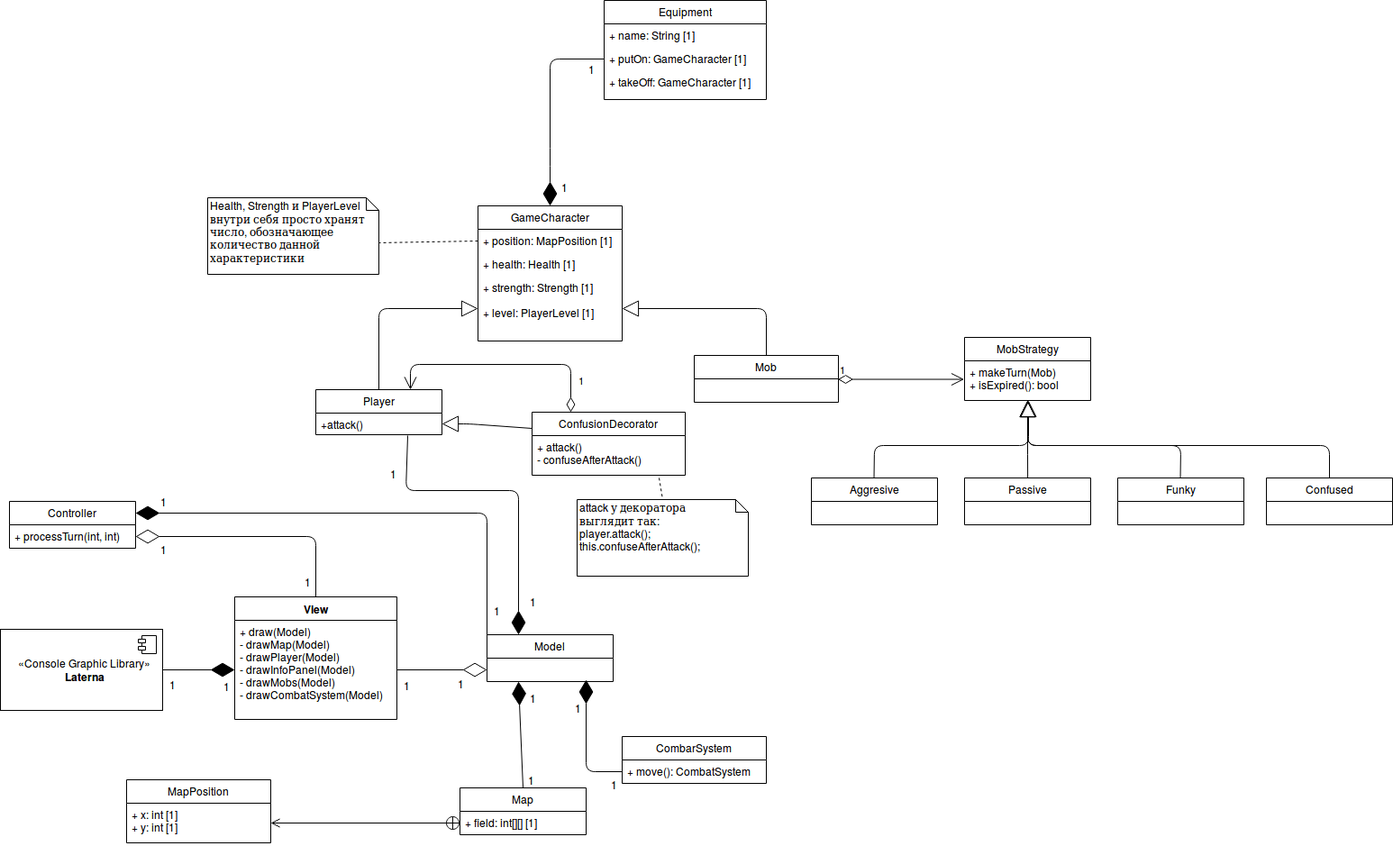
Above: hw06/ClassDiagram.png in RamSaw/SoftwareDesign (draw.io), before the change. Source tidied: cells renumbered, new cells last; positions are measured from the earlier drawing's top-left corner, leaving out a move shared by most shapes.
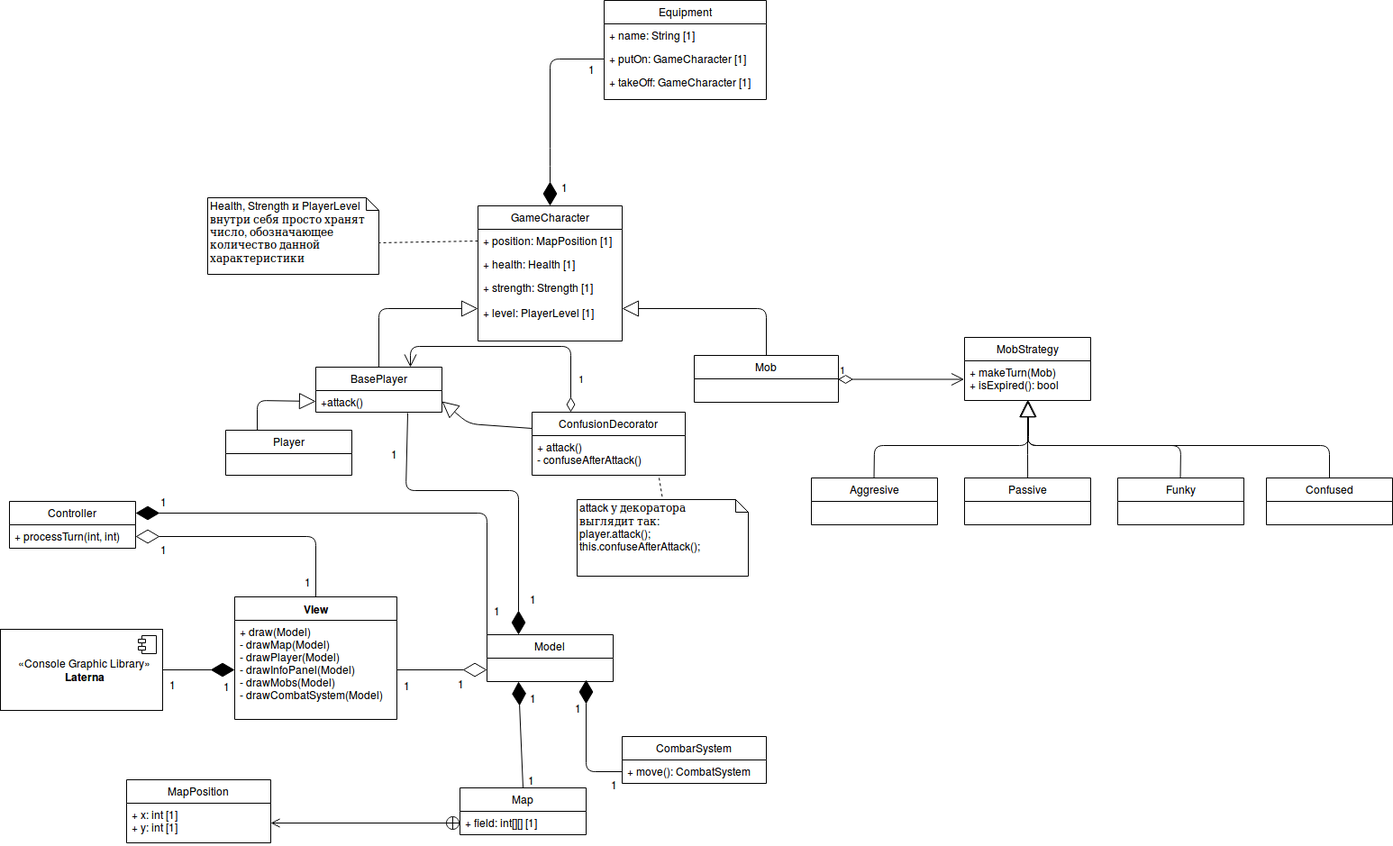
Later version of the same file.

Change to the diagram source:
```diff
@@ -288,8 +288,8 @@
     <mxCell id="65" value="+ attack()&#10;- confuseAfterAttack()&#10;" style="text;strokeColor=none;fillColor=none;align=left;verticalAlign=top;spacingLeft=4;spacingRight=4;overflow=hidden;points=[[0,0.5],[1,0.5]];portConstraint=eastwest;" parent="64" vertex="1">
       <mxGeometry y="26" width="170" height="44" as="geometry" />
     </mxCell>
-    <mxCell id="66" value="Player" style="swimlane;fontStyle=0;horizontal=1;startSize=26;fillColor=none;" parent="1" vertex="1">
-      <mxGeometry x="350" y="432" width="140" height="50" as="geometry" />
+    <mxCell id="66" value="BasePlayer" style="swimlane;fontStyle=0;horizontal=1;startSize=26;fillColor=none;" parent="1" vertex="1">
+      <mxGeometry x="350" y="407" width="140" height="50" as="geometry" />
     </mxCell>
     <mxCell id="67" value="+attack()" style="text;strokeColor=none;fillColor=none;align=left;verticalAlign=top;spacingLeft=4;spacingRight=4;overflow=hidden;points=[[0,0.5],[1,0.5]];portConstraint=eastwest;" parent="66" vertex="1">
       <mxGeometry y="26" width="140" height="24" as="geometry" />
@@ -304,8 +304,8 @@
     <mxCell id="69" value="1" style="endArrow=open;html=1;endSize=12;startArrow=diamondThin;startSize=14;startFill=0;edgeStyle=orthogonalEdgeStyle;align=left;verticalAlign=bottom;exitX=0.25;exitY=0;exitDx=0;exitDy=0;entryX=0.75;entryY=0;entryDx=0;entryDy=0;" parent="1" edge="1" source="64" target="66">
       <mxGeometry x="-0.79" y="-7" relative="1" as="geometry">
         <Array as="points">
-          <mxPoint x="633" y="404" />
-          <mxPoint x="455" y="404" />
+          <mxPoint x="633" y="384" />
+          <mxPoint x="455" y="384" />
         </Array>
       </mxGeometry>
     </mxCell>
@@ -315,5 +315,15 @@
     <mxCell id="71" style="endArrow=none;dashed=1;html=1;entryX=0.5;entryY=0;entryDx=0;entryDy=0;entryPerimeter=0;exitX=0.829;exitY=1.068;exitDx=0;exitDy=0;exitPerimeter=0;" parent="1" edge="1" source="65" target="70">
       <mxGeometry relative="1" as="geometry" />
     </mxCell>
+    <mxCell id="72" value="Player" style="swimlane;fontStyle=0;horizontal=1;startSize=26;fillColor=none;" parent="1" vertex="1">
+      <mxGeometry x="250" y="477" width="140" height="50" as="geometry" />
+    </mxCell>
+    <mxCell id="73" style="endArrow=block;endSize=16;endFill=0;html=1;entryX=0;entryY=0.5;entryDx=0;entryDy=0;exitX=0.25;exitY=0;exitDx=0;exitDy=0;" parent="1" edge="1" source="72" target="67">
+      <mxGeometry relative="1" as="geometry">
+        <Array as="points">
+          <mxPoint x="285" y="444" />
+        </Array>
+      </mxGeometry>
+    </mxCell>
   </root>
 </mxGraphModel>
```
